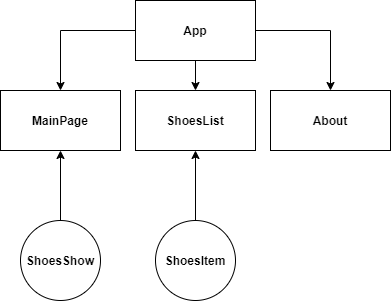
Earlier version of the draw.io export flowchart.png (MinsoftK/Astronaut-Shop). Source tidied: cells renumbered, new cells last; positions are measured from the earlier drawing's top-left corner, leaving out a move shared by most shapes.
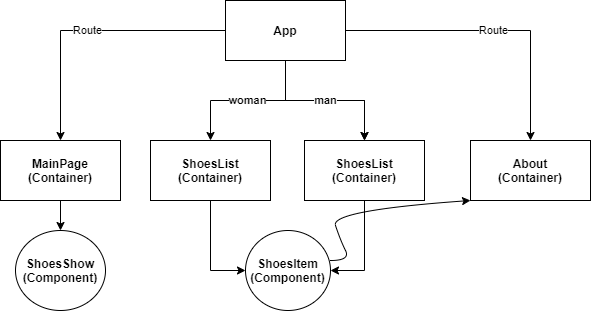
The same file after the commit.

Change to the diagram source:
```diff
@@ -2,46 +2,66 @@
   <root>
     <mxCell id="0" />
     <mxCell id="1" parent="0" />
-    <mxCell id="2" style="edgeStyle=orthogonalEdgeStyle;rounded=0;jettySize=auto;html=1;entryX=0.5;entryY=0;entryDx=0;entryDy=0;" parent="1" edge="1" source="5" target="8">
+    <mxCell id="2" value="Route" style="edgeStyle=orthogonalEdgeStyle;rounded=0;jettySize=auto;html=1;entryX=0.5;entryY=0;entryDx=0;entryDy=0;" parent="1" edge="1" source="5" target="8">
       <mxGeometry relative="1" as="geometry" />
     </mxCell>
-    <mxCell id="3" style="edgeStyle=orthogonalEdgeStyle;rounded=0;jettySize=auto;html=1;" parent="1" edge="1" source="5" target="9">
+    <mxCell id="3" value="woman" style="edgeStyle=orthogonalEdgeStyle;rounded=0;jettySize=auto;html=1;fontStyle=1;" parent="1" edge="1" source="5" target="9">
       <mxGeometry relative="1" as="geometry" />
     </mxCell>
-    <mxCell id="4" style="edgeStyle=orthogonalEdgeStyle;rounded=0;jettySize=auto;html=1;" parent="1" edge="1" source="5" target="10">
+    <mxCell id="4" value="Route" style="edgeStyle=orthogonalEdgeStyle;rounded=0;jettySize=auto;html=1;" parent="1" edge="1" source="5" target="10">
       <mxGeometry relative="1" as="geometry" />
     </mxCell>
+    <mxCell id="14" style="edgeStyle=orthogonalEdgeStyle;rounded=0;jettySize=auto;html=1;" parent="1" edge="1" source="5" target="16">
+      <mxGeometry relative="1" as="geometry" />
+    </mxCell>
     <mxCell id="5" value="&lt;b&gt;App&lt;/b&gt;" style="rounded=0;whiteSpace=wrap;html=1;" parent="1" vertex="1">
-      <mxGeometry x="135" width="120" height="60" as="geometry" />
+      <mxGeometry x="135" y="-30" width="120" height="60" as="geometry" />
     </mxCell>
-    <mxCell id="6" style="edgeStyle=orthogonalEdgeStyle;rounded=0;jettySize=auto;html=1;exitX=0.5;exitY=0;exitDx=0;exitDy=0;entryX=0.5;entryY=1;entryDx=0;entryDy=0;" parent="1" edge="1" target="9">
-      <mxGeometry relative="1" as="geometry">
-        <mxPoint x="195" y="220" as="sourcePoint" />
-      </mxGeometry>
-    </mxCell>
     <mxCell id="7" style="edgeStyle=orthogonalEdgeStyle;rounded=0;orthogonalLoop=1;jettySize=auto;html=1;exitX=0.5;exitY=1;exitDx=0;exitDy=0;" parent="1" edge="1">
       <mxGeometry relative="1" as="geometry">
         <mxPoint x="195" y="270" as="sourcePoint" />
         <mxPoint x="195" y="270" as="targetPoint" />
       </mxGeometry>
     </mxCell>
+    <mxCell id="15" style="edgeStyle=orthogonalEdgeStyle;rounded=0;jettySize=auto;html=1;" parent="1" edge="1" source="8" target="13">
+      <mxGeometry relative="1" as="geometry" />
+    </mxCell>
-    <mxCell id="8" value="MainPage" style="rounded=0;whiteSpace=wrap;html=1;verticalAlign=middle;fontStyle=1;" parent="1" vertex="1">
-      <mxGeometry y="90" width="120" height="60" as="geometry" />
+    <mxCell id="8" value="MainPage&lt;br&gt;(Container)" style="rounded=0;whiteSpace=wrap;html=1;verticalAlign=middle;fontStyle=1;" parent="1" vertex="1">
+      <mxGeometry x="-90" y="110" width="120" height="60" as="geometry" />
     </mxCell>
-    <mxCell id="9" value="ShoesList" style="rounded=0;whiteSpace=wrap;html=1;verticalAlign=middle;fontStyle=1;" parent="1" vertex="1">
-      <mxGeometry x="135" y="90" width="120" height="60" as="geometry" />
+    <mxCell id="9" value="ShoesList&lt;br&gt;(Container)" style="rounded=0;whiteSpace=wrap;html=1;verticalAlign=middle;fontStyle=1;" parent="1" vertex="1">
+      <mxGeometry x="60" y="110" width="120" height="60" as="geometry" />
     </mxCell>
-    <mxCell id="10" value="About" style="rounded=0;whiteSpace=wrap;html=1;verticalAlign=middle;fontStyle=1;" parent="1" vertex="1">
-      <mxGeometry x="270" y="90" width="120" height="60" as="geometry" />
+    <mxCell id="10" value="About&lt;br&gt;(Container)" style="rounded=0;whiteSpace=wrap;html=1;verticalAlign=middle;fontStyle=1;" parent="1" vertex="1">
+      <mxGeometry x="380" y="110" width="120" height="60" as="geometry" />
     </mxCell>
-    <mxCell id="11" value="ShoesItem" style="ellipse;whiteSpace=wrap;html=1;verticalAlign=middle;fontStyle=1;" parent="1" vertex="1">
-      <mxGeometry x="155" y="220" width="80" height="80" as="geometry" />
+    <mxCell id="11" value="ShoesItem&lt;br&gt;(Component)" style="ellipse;whiteSpace=wrap;html=1;verticalAlign=middle;fontStyle=1;" parent="1" vertex="1">
+      <mxGeometry x="155" y="200" width="85" height="80" as="geometry" />
     </mxCell>
-    <mxCell id="12" style="edgeStyle=orthogonalEdgeStyle;rounded=0;jettySize=auto;html=1;" parent="1" edge="1" source="13" target="8">
-      <mxGeometry relative="1" as="geometry" />
-    </mxCell>
-    <mxCell id="13" value="ShoesShow" style="ellipse;whiteSpace=wrap;html=1;verticalAlign=middle;fontStyle=1;" parent="1" vertex="1">
-      <mxGeometry x="20" y="220" width="80" height="80" as="geometry" />
+    <mxCell id="13" value="ShoesShow&lt;br&gt;(Component)" style="ellipse;whiteSpace=wrap;html=1;verticalAlign=middle;fontStyle=1;" parent="1" vertex="1">
+      <mxGeometry x="-75" y="200" width="90" height="80" as="geometry" />
     </mxCell>
+    <mxCell id="16" value="ShoesList&lt;br&gt;(Container)" style="rounded=0;whiteSpace=wrap;html=1;verticalAlign=middle;fontStyle=1;" parent="1" vertex="1">
+      <mxGeometry x="214" y="110" width="120" height="60" as="geometry" />
+    </mxCell>
+    <mxCell id="17" value="man" style="edgeStyle=orthogonalEdgeStyle;rounded=0;jettySize=auto;html=1;exitX=0.5;exitY=1;exitDx=0;exitDy=0;entryX=0.5;entryY=0;entryDx=0;entryDy=0;fontStyle=1;" parent="1" edge="1" source="5" target="16">
+      <mxGeometry relative="1" as="geometry" />
+    </mxCell>
+    <mxCell id="18" style="edgeStyle=orthogonalEdgeStyle;rounded=0;jettySize=auto;html=1;exitX=0.5;exitY=1;exitDx=0;exitDy=0;entryX=0;entryY=0.5;entryDx=0;entryDy=0;" parent="1" edge="1" source="9" target="11">
+      <mxGeometry relative="1" as="geometry" />
+    </mxCell>
+    <mxCell id="19" style="edgeStyle=orthogonalEdgeStyle;rounded=0;jettySize=auto;html=1;exitX=0.5;exitY=1;exitDx=0;exitDy=0;entryX=1;entryY=0.5;entryDx=0;entryDy=0;" parent="1" edge="1" source="16" target="11">
+      <mxGeometry relative="1" as="geometry" />
+    </mxCell>
+    <mxCell id="20" style="curved=1;endArrow=classic;html=1;entryX=0;entryY=1;entryDx=0;entryDy=0;" parent="1" edge="1" target="10">
+      <mxGeometry relative="1" as="geometry">
+        <mxPoint x="240" y="230" as="sourcePoint" />
+        <Array as="points">
+          <mxPoint x="260" y="230" />
+          <mxPoint x="250" y="210" />
+          <mxPoint x="240" y="180" />
+        </Array>
+      </mxGeometry>
+    </mxCell>
   </root>
 </mxGraphModel>
```
